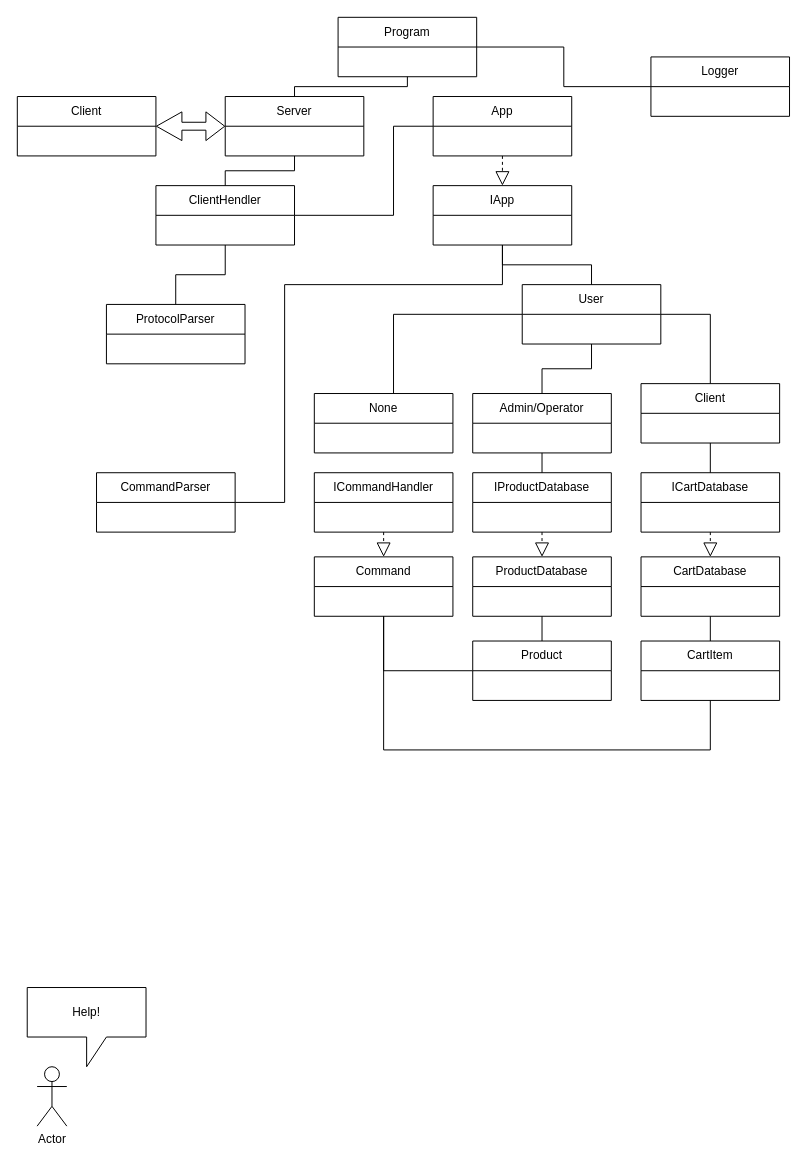
STANILGP/ShopCartMultiTreads keeps this draw.io diagram as ShopCart2.drawio. Above is the earlier version. Source tidied: cells renumbered, new cells numbered last; positions are measured from the earlier drawing's top-left corner, leaving out a move shared by most shapes. Both pictures are drawn from the tidied source at 99%, with x=0, y=0 at pixel (17, 17).
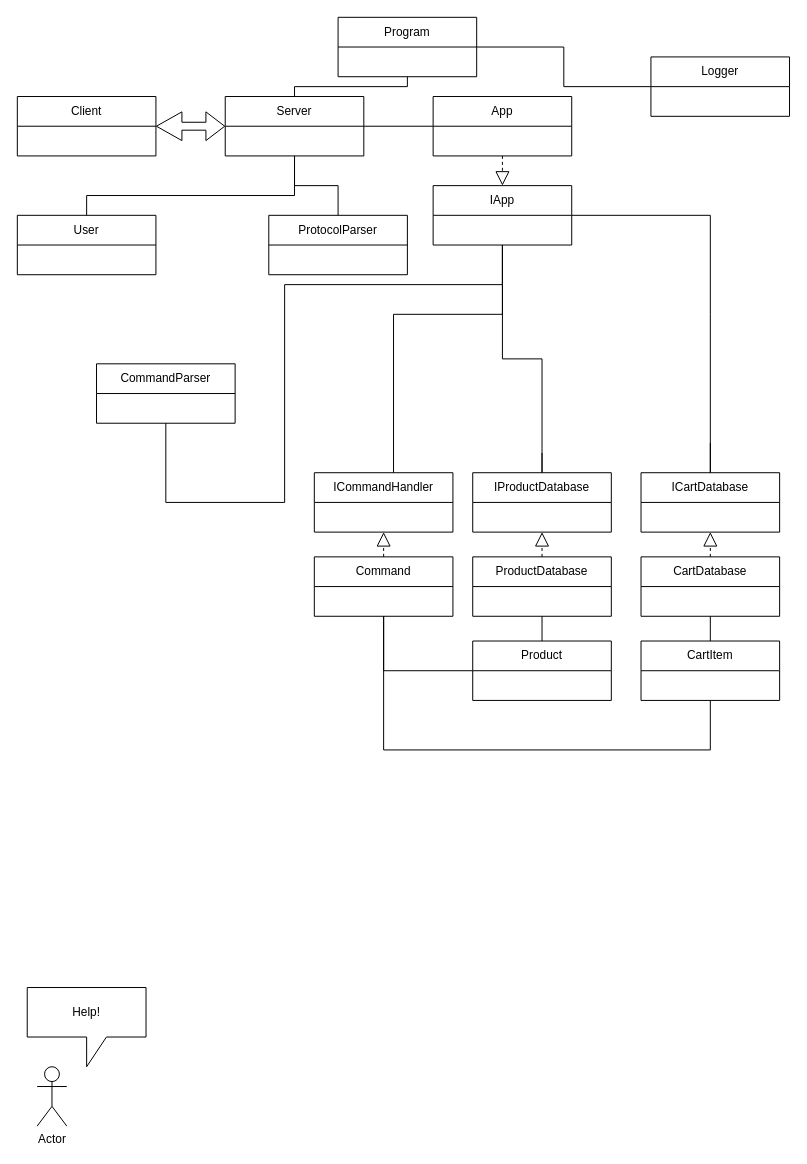
Above is the later version.

Unchanged cells that the change refers to:
```xml
<mxCell id="5" value="Command&lt;br&gt;" style="swimlane;fontStyle=0;horizontal=1;startSize=30;whiteSpace=wrap;html=1;" parent="1" vertex="1">
  <mxGeometry x="300" y="545" width="140" height="60" as="geometry" />
</mxCell>
<mxCell id="6" value="Server" style="swimlane;fontStyle=0;horizontal=1;startSize=30;whiteSpace=wrap;html=1;" parent="1" vertex="1">
  <mxGeometry x="210" y="80" width="140" height="60" as="geometry" />
</mxCell>
<mxCell id="8" value="ICommandHandler" style="swimlane;fontStyle=0;horizontal=1;startSize=30;whiteSpace=wrap;html=1;" parent="1" vertex="1">
  <mxGeometry x="300" y="460" width="140" height="60" as="geometry" />
</mxCell>
<mxCell id="11" value="CartDatabase" style="swimlane;fontStyle=0;horizontal=1;startSize=30;whiteSpace=wrap;html=1;" parent="1" vertex="1">
  <mxGeometry x="630" y="545" width="140" height="60" as="geometry" />
</mxCell>
<mxCell id="12" value="ProductDatabase" style="swimlane;fontStyle=0;horizontal=1;startSize=30;whiteSpace=wrap;html=1;" parent="1" vertex="1">
  <mxGeometry x="460" y="545" width="140" height="60" as="geometry" />
</mxCell>
<mxCell id="13" value="IProductDatabase" style="swimlane;fontStyle=0;horizontal=1;startSize=30;whiteSpace=wrap;html=1;" parent="1" vertex="1">
  <mxGeometry x="460" y="460" width="140" height="60" as="geometry" />
</mxCell>
<mxCell id="14" value="ICartDatabase" style="swimlane;fontStyle=0;horizontal=1;startSize=30;whiteSpace=wrap;html=1;" parent="1" vertex="1">
  <mxGeometry x="630" y="460" width="140" height="60" as="geometry" />
</mxCell>
<mxCell id="15" value="App" style="swimlane;fontStyle=0;horizontal=1;startSize=30;whiteSpace=wrap;html=1;" parent="1" vertex="1">
  <mxGeometry x="420" y="80" width="140" height="60" as="geometry" />
</mxCell>
<mxCell id="16" value="IApp" style="swimlane;fontStyle=0;horizontal=1;startSize=30;whiteSpace=wrap;html=1;" parent="1" vertex="1">
  <mxGeometry x="420" y="170" width="140" height="60" as="geometry" />
</mxCell>
```

What changed in the source:
```diff
@@
-    <mxCell id="4" value="User" style="swimlane;fontStyle=0;horizontal=1;startSize=30;whiteSpace=wrap;html=1;" parent="1" vertex="1">
-      <mxGeometry x="510" y="270" width="140" height="60" as="geometry" />
-    </mxCell>
@@
-    <mxCell id="7" value="ClientHendler" style="swimlane;fontStyle=0;horizontal=1;startSize=30;whiteSpace=wrap;html=1;" parent="1" vertex="1">
-      <mxGeometry x="140" y="170" width="140" height="60" as="geometry" />
-    </mxCell>
@@
     <mxCell id="9" value="ProtocolParser" style="swimlane;fontStyle=0;horizontal=1;startSize=30;whiteSpace=wrap;html=1;" parent="1" vertex="1">
-      <mxGeometry x="90" y="290" width="140" height="60" as="geometry" />
+      <mxGeometry x="254" y="200" width="140" height="60" as="geometry" />
     </mxCell>
     <mxCell id="10" value="CommandParser" style="swimlane;fontStyle=0;horizontal=1;startSize=30;whiteSpace=wrap;html=1;" parent="1" vertex="1">
-      <mxGeometry x="80" y="460" width="140" height="60" as="geometry" />
+      <mxGeometry x="80" y="350" width="140" height="60" as="geometry" />
     </mxCell>
@@
-    <mxCell id="23" style="endArrow=block;dashed=1;endFill=0;endSize=12;html=1;rounded=0;" parent="1" edge="1" source="8" target="5">
+    <mxCell id="23" style="endArrow=block;dashed=1;endFill=0;endSize=12;html=1;rounded=0;" parent="1" edge="1" source="5" target="8">
       <mxGeometry relative="1" as="geometry" />
     </mxCell>
-    <mxCell id="24" style="endArrow=block;dashed=1;endFill=0;endSize=12;html=1;rounded=0;" parent="1" edge="1" source="13" target="12">
+    <mxCell id="24" style="endArrow=block;dashed=1;endFill=0;endSize=12;html=1;rounded=0;" parent="1" edge="1" source="12" target="13">
       <mxGeometry relative="1" as="geometry" />
     </mxCell>
-    <mxCell id="25" style="endArrow=block;dashed=1;endFill=0;endSize=12;html=1;rounded=0;" parent="1" edge="1" source="14" target="11">
+    <mxCell id="25" style="endArrow=block;dashed=1;endFill=0;endSize=12;html=1;rounded=0;" parent="1" edge="1" source="11" target="14">
       <mxGeometry relative="1" as="geometry" />
     </mxCell>
@@
-    <mxCell id="29" style="endArrow=none;html=1;edgeStyle=orthogonalEdgeStyle;rounded=0;" parent="1" edge="1" source="6" target="7">
-      <mxGeometry relative="1" as="geometry" />
-    </mxCell>
@@
-    <mxCell id="34" style="endArrow=none;html=1;edgeStyle=orthogonalEdgeStyle;rounded=0;" parent="1" edge="1" source="16" target="4">
-      <mxGeometry relative="1" as="geometry" />
-    </mxCell>
-    <mxCell id="35" style="endArrow=none;html=1;edgeStyle=orthogonalEdgeStyle;rounded=0;" parent="1" edge="1" source="7" target="15">
-      <mxGeometry relative="1" as="geometry">
-        <Array as="points">
-          <mxPoint x="380" y="200" />
-          <mxPoint x="380" y="110" />
-        </Array>
-      </mxGeometry>
-    </mxCell>
-    <mxCell id="36" value="Admin/Operator" style="swimlane;fontStyle=0;horizontal=1;startSize=30;whiteSpace=wrap;html=1;" parent="1" vertex="1">
-      <mxGeometry x="460" y="380" width="140" height="60" as="geometry" />
-    </mxCell>
-    <mxCell id="37" value="Client" style="swimlane;fontStyle=0;horizontal=1;startSize=30;whiteSpace=wrap;html=1;" parent="1" vertex="1">
-      <mxGeometry x="630" y="370" width="140" height="60" as="geometry" />
-    </mxCell>
-    <mxCell id="38" style="endArrow=none;html=1;rounded=0;" parent="1" edge="1" source="37" target="4">
+    <mxCell id="38" style="endArrow=none;html=1;rounded=0;" parent="1" edge="1" source="14" target="16">
       <mxGeometry relative="1" as="geometry">
         <Array as="points">
           <mxPoint x="700" y="300" />
+          <mxPoint x="700" y="200" />
         </Array>
       </mxGeometry>
     </mxCell>
-    <mxCell id="39" style="endArrow=none;html=1;edgeStyle=orthogonalEdgeStyle;rounded=0;" parent="1" edge="1" source="4" target="36">
+    <mxCell id="39" style="endArrow=none;html=1;edgeStyle=orthogonalEdgeStyle;rounded=0;" parent="1" edge="1" source="16" target="13">
       <mxGeometry relative="1" as="geometry" />
     </mxCell>
-    <mxCell id="40" style="endArrow=none;html=1;edgeStyle=orthogonalEdgeStyle;rounded=0;" parent="1" edge="1" source="14" target="37">
-      <mxGeometry relative="1" as="geometry" />
+    <mxCell id="40" style="endArrow=none;html=1;edgeStyle=orthogonalEdgeStyle;rounded=0;" parent="1" edge="1" source="14">
+      <mxGeometry relative="1" as="geometry">
+        <mxPoint x="700" y="430" as="targetPoint" />
+      </mxGeometry>
     </mxCell>
-    <mxCell id="41" style="endArrow=none;html=1;edgeStyle=orthogonalEdgeStyle;rounded=0;" parent="1" edge="1" source="13" target="36">
-      <mxGeometry relative="1" as="geometry" />
+    <mxCell id="41" style="endArrow=none;html=1;edgeStyle=orthogonalEdgeStyle;rounded=0;" parent="1" edge="1" source="13">
+      <mxGeometry relative="1" as="geometry">
+        <mxPoint x="530" y="440" as="targetPoint" />
+      </mxGeometry>
     </mxCell>
-    <mxCell id="42" value="None" style="swimlane;fontStyle=0;horizontal=1;startSize=30;whiteSpace=wrap;html=1;" parent="1" vertex="1">
-      <mxGeometry x="300" y="380" width="140" height="60" as="geometry" />
-    </mxCell>
-    <mxCell id="43" style="endArrow=none;html=1;edgeStyle=orthogonalEdgeStyle;rounded=0;" parent="1" edge="1" source="42" target="4">
+    <mxCell id="43" style="endArrow=none;html=1;edgeStyle=orthogonalEdgeStyle;rounded=0;" parent="1" edge="1" source="8" target="16">
       <mxGeometry relative="1" as="geometry">
         <Array as="points">
           <mxPoint x="380" y="300" />
+          <mxPoint x="490" y="300" />
         </Array>
       </mxGeometry>
     </mxCell>
-    <mxCell id="44" style="endArrow=none;html=1;edgeStyle=orthogonalEdgeStyle;rounded=0;" parent="1" edge="1" source="9" target="7">
+    <mxCell id="44" style="endArrow=none;html=1;edgeStyle=orthogonalEdgeStyle;rounded=0;" parent="1" edge="1" source="9" target="6">
       <mxGeometry relative="1" as="geometry" />
     </mxCell>
@@
+    <mxCell id="46" style="endArrow=none;html=1;edgeStyle=orthogonalEdgeStyle;rounded=0;" parent="1" edge="1" source="6" target="15">
+      <mxGeometry relative="1" as="geometry" />
+    </mxCell>
+    <mxCell id="4" value="User" style="swimlane;fontStyle=0;horizontal=1;startSize=30;whiteSpace=wrap;html=1;" parent="1" vertex="1">
+      <mxGeometry y="200" width="140" height="60" as="geometry" />
+    </mxCell>
+    <mxCell id="47" style="endArrow=none;html=1;edgeStyle=orthogonalEdgeStyle;rounded=0;" parent="1" edge="1" source="4" target="6">
+      <mxGeometry relative="1" as="geometry">
+        <Array as="points">
+          <mxPoint x="70" y="180" />
+          <mxPoint x="280" y="180" />
+        </Array>
+      </mxGeometry>
+    </mxCell>
```
